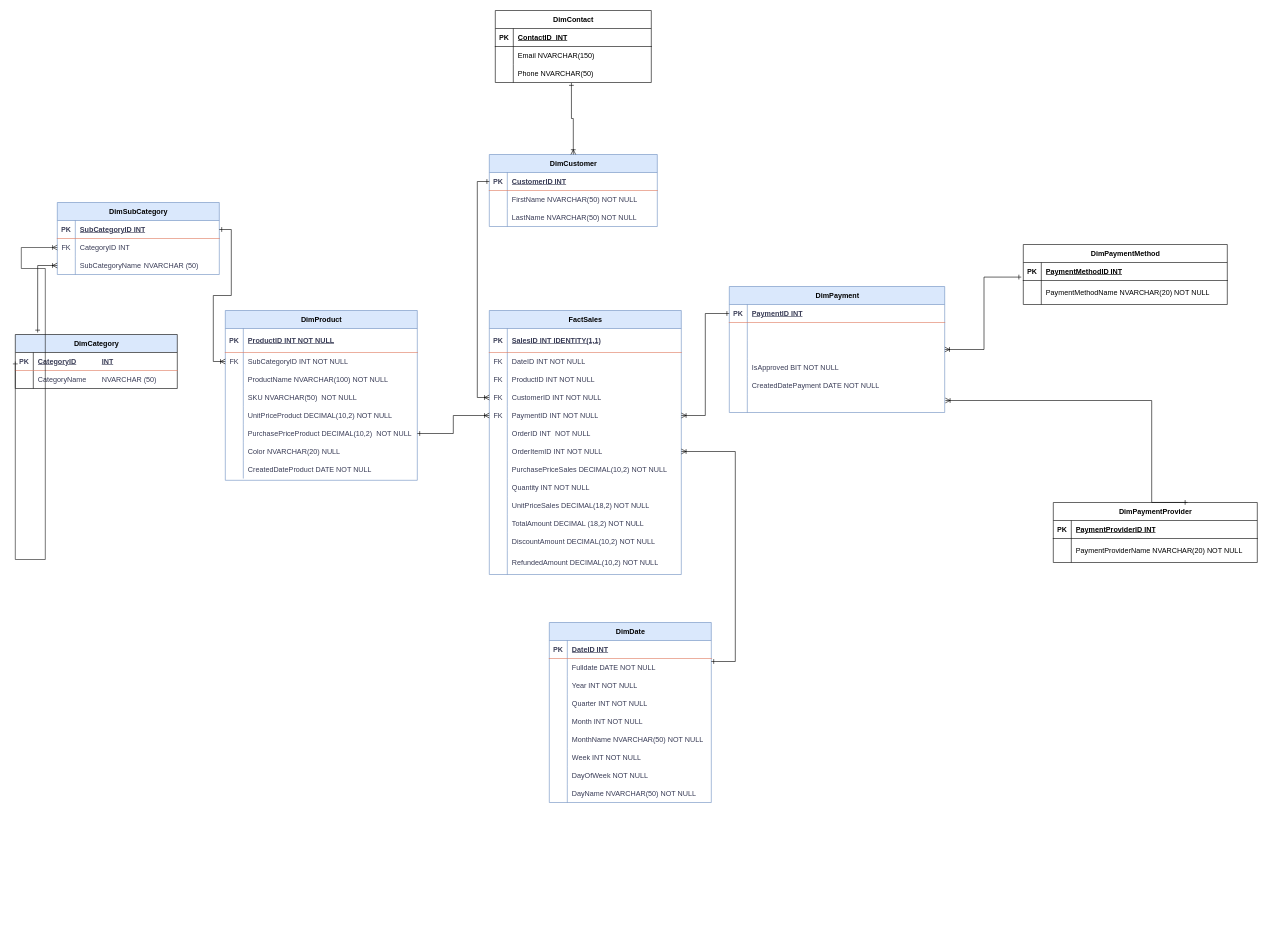
Earlier version of the draw.io diagram page "Snowflake" (2 of 2) of Star and Snowflake - v4.drawio (dargys/KimmosLektion). Source tidied: cells renumbered, new cells numbered last; positions are measured from the earlier drawing's top-left corner, leaving out a move shared by most shapes. Both pictures are drawn from the tidied source at 60%, with x=0, y=0 at pixel (15, 10).
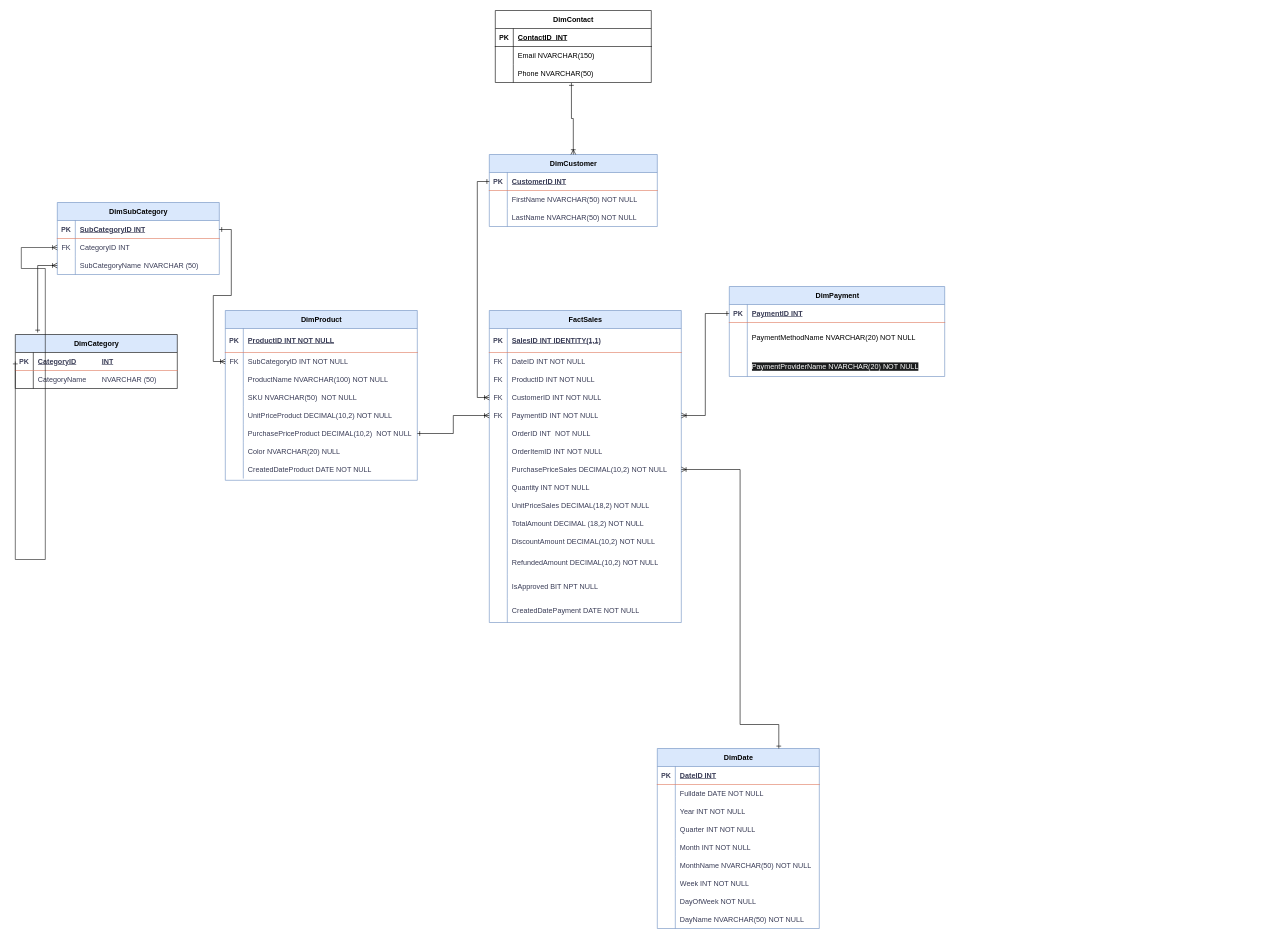
After the change.

Commit message (it also covers changes not shown here):
Updated Star Schema and Snowflake Line and IsApproved, CreatedDate

Unchanged cells that the change refers to:
```xml
<mxCell id="21" style="shape=tableRow;horizontal=0;startSize=0;swimlaneHead=0;swimlaneBody=0;fillColor=none;points=[[0,0.5],[1,0.5]];portConstraint=eastwest;top=0;left=0;right=0;bottom=0;labelBackgroundColor=none;strokeColor=#E07A5F;fontColor=#393C56;rounded=1;" parent="2" vertex="1">
  <mxGeometry y="220" width="320" height="30" as="geometry" />
</mxCell>
<mxCell id="24" style="shape=tableRow;horizontal=0;startSize=0;swimlaneHead=0;swimlaneBody=0;fillColor=none;points=[[0,0.5],[1,0.5]];portConstraint=eastwest;top=0;left=0;right=0;bottom=0;labelBackgroundColor=none;strokeColor=#E07A5F;fontColor=#393C56;rounded=1;" parent="2" vertex="1">
  <mxGeometry y="250" width="320" height="30" as="geometry" />
</mxCell>
<mxCell id="56" style="shape=tableRow;horizontal=0;startSize=0;swimlaneHead=0;swimlaneBody=0;fillColor=none;points=[[0,0.5],[1,0.5]];portConstraint=eastwest;top=0;left=0;right=0;bottom=0;labelBackgroundColor=none;strokeColor=#E07A5F;fontColor=#393C56;rounded=1;" parent="52" vertex="1">
  <mxGeometry y="60" width="270" height="30" as="geometry" />
</mxCell>
```

Change to the diagram source:
```diff
@@
     <mxCell id="2" value="FactSales" style="shape=table;startSize=30;childLayout=tableLayout;rowLines=0;fontStyle=1;align=center;html=1;labelBackgroundColor=none;fillColor=#dae8fc;strokeColor=#6c8ebf;rounded=0;" parent="1" vertex="1">
-      <mxGeometry x="790" y="500" width="320" height="440" as="geometry" />
+      <mxGeometry x="790" y="500" width="320" height="520" as="geometry" />
     </mxCell>
@@
+    <mxCell id="175" style="shape=tableRow;horizontal=0;startSize=0;swimlaneHead=0;swimlaneBody=0;fillColor=none;top=0;left=0;right=0;bottom=0;labelBackgroundColor=none;strokeColor=#E07A5F;fontColor=#393C56;rounded=1;" parent="2" vertex="1">
+      <mxGeometry y="440" width="320" height="40" as="geometry" />
+    </mxCell>
+    <mxCell id="176" style="shape=partialRectangle;fillColor=none;top=0;left=0;bottom=0;right=0;overflow=hidden;whiteSpace=wrap;html=1;labelBackgroundColor=none;strokeColor=#E07A5F;fontColor=#393C56;rounded=1;" parent="175" vertex="1">
+      <mxGeometry width="30" height="40" as="geometry" />
+    </mxCell>
+    <mxCell id="177" value="IsApproved BIT NPT NULL" style="shape=partialRectangle;fillColor=none;top=0;left=0;bottom=0;right=0;align=left;spacingLeft=6;overflow=hidden;whiteSpace=wrap;html=1;labelBackgroundColor=none;strokeColor=#E07A5F;fontColor=#393C56;rounded=1;" parent="175" vertex="1">
+      <mxGeometry x="30" width="290" height="40" as="geometry" />
+    </mxCell>
+    <mxCell id="178" style="shape=tableRow;horizontal=0;startSize=0;swimlaneHead=0;swimlaneBody=0;fillColor=none;top=0;left=0;right=0;bottom=0;labelBackgroundColor=none;strokeColor=#E07A5F;fontColor=#393C56;rounded=1;" parent="2" vertex="1">
+      <mxGeometry y="480" width="320" height="40" as="geometry" />
+    </mxCell>
+    <mxCell id="179" style="shape=partialRectangle;fillColor=none;top=0;left=0;bottom=0;right=0;overflow=hidden;whiteSpace=wrap;html=1;labelBackgroundColor=none;strokeColor=#E07A5F;fontColor=#393C56;rounded=1;" parent="178" vertex="1">
+      <mxGeometry width="30" height="40" as="geometry" />
+    </mxCell>
+    <mxCell id="171" value="CreatedDatePayment DATE NOT NULL" style="shape=partialRectangle;fillColor=none;top=0;left=0;bottom=0;right=0;align=left;spacingLeft=6;overflow=hidden;whiteSpace=wrap;html=1;labelBackgroundColor=none;strokeColor=#E07A5F;fontColor=#393C56;rounded=1;" parent="178" vertex="1">
+      <mxGeometry x="30" width="290" height="40" as="geometry" />
+    </mxCell>
@@
     <mxCell id="52" value="DimDate" style="shape=table;startSize=30;childLayout=tableLayout;rowLines=0;fontStyle=1;align=center;html=1;labelBackgroundColor=none;fillColor=#dae8fc;strokeColor=#6c8ebf;rounded=0;" parent="1" vertex="1">
-      <mxGeometry x="890" y="1020" width="270" height="300" as="geometry" />
+      <mxGeometry x="1070" y="1230" width="270" height="300" as="geometry" />
     </mxCell>
@@
-    <mxCell id="127" style="edgeStyle=orthogonalEdgeStyle;rounded=0;jettySize=auto;html=1;exitX=1;exitY=0.167;exitDx=0;exitDy=0;endArrow=ERoneToMany;endFill=0;startArrow=ERone;startFill=0;entryX=1;entryY=0.5;entryDx=0;entryDy=0;exitPerimeter=0;" parent="1" edge="1" source="56" target="21">
+    <mxCell id="127" style="edgeStyle=orthogonalEdgeStyle;rounded=0;jettySize=auto;html=1;endArrow=ERoneToMany;endFill=0;startArrow=ERone;startFill=0;entryX=1;entryY=0.5;entryDx=0;entryDy=0;exitX=0.75;exitY=0;exitDx=0;exitDy=0;" parent="1" edge="1" source="52" target="24">
       <mxGeometry relative="1" as="geometry">
         <Array as="points">
-          <mxPoint x="1200" y="1085" />
-          <mxPoint x="1200" y="735" />
+          <mxPoint x="1273" y="1190" />
+          <mxPoint x="1208" y="1190" />
+          <mxPoint x="1208" y="765" />
         </Array>
       </mxGeometry>
     </mxCell>
@@
-    <mxCell id="139" value="DimPaymentProvider" style="shape=table;startSize=30;childLayout=tableLayout;rowLines=0;fontStyle=1;align=center;html=1;" parent="1" vertex="1">
-      <mxGeometry x="1730" y="820" width="340" height="100" as="geometry" />
-    </mxCell>
-    <mxCell id="140" style="shape=tableRow;horizontal=0;startSize=0;swimlaneHead=0;swimlaneBody=0;fillColor=none;top=0;left=0;right=0;bottom=1;" parent="139" vertex="1">
-      <mxGeometry y="30" width="340" height="30" as="geometry" />
-    </mxCell>
-    <mxCell id="141" value="PK" style="shape=partialRectangle;fillColor=none;top=0;left=0;bottom=0;right=0;fontStyle=1;overflow=hidden;whiteSpace=wrap;html=1;" parent="140" vertex="1">
-      <mxGeometry width="30" height="30" as="geometry" />
-    </mxCell>
-    <mxCell id="142" value="PaymentProviderID INT" style="shape=partialRectangle;fillColor=none;top=0;left=0;bottom=0;right=0;align=left;spacingLeft=6;fontStyle=5;overflow=hidden;whiteSpace=wrap;html=1;" parent="140" vertex="1">
-      <mxGeometry x="30" width="310" height="30" as="geometry" />
-    </mxCell>
-    <mxCell id="143" style="shape=tableRow;horizontal=0;startSize=0;swimlaneHead=0;swimlaneBody=0;fillColor=none;top=0;left=0;right=0;bottom=0;" parent="139" vertex="1">
-      <mxGeometry y="60" width="340" height="40" as="geometry" />
-    </mxCell>
-    <mxCell id="144" style="shape=partialRectangle;fillColor=none;top=0;left=0;bottom=0;right=0;overflow=hidden;whiteSpace=wrap;html=1;" parent="143" vertex="1">
-      <mxGeometry width="30" height="40" as="geometry" />
-    </mxCell>
-    <mxCell id="145" value="PaymentProviderName NVARCHAR(20) NOT NULL" style="shape=partialRectangle;fillColor=none;top=0;left=0;bottom=0;right=0;align=left;spacingLeft=6;overflow=hidden;whiteSpace=wrap;html=1;" parent="143" vertex="1">
-      <mxGeometry x="30" width="310" height="40" as="geometry" />
-    </mxCell>
-    <mxCell id="146" value="DimPaymentMethod" style="shape=table;startSize=30;childLayout=tableLayout;rowLines=0;fontStyle=1;align=center;html=1;" parent="1" vertex="1">
-      <mxGeometry x="1680" y="390" width="340" height="100" as="geometry" />
-    </mxCell>
-    <mxCell id="147" style="shape=tableRow;horizontal=0;startSize=0;swimlaneHead=0;swimlaneBody=0;fillColor=none;points=[[0,0.5],[1,0.5]];portConstraint=eastwest;top=0;left=0;right=0;bottom=1;" parent="146" vertex="1">
-      <mxGeometry y="30" width="340" height="30" as="geometry" />
-    </mxCell>
-    <mxCell id="148" value="PK" style="shape=partialRectangle;fillColor=none;top=0;left=0;bottom=0;right=0;fontStyle=1;overflow=hidden;whiteSpace=wrap;html=1;" parent="147" vertex="1">
-      <mxGeometry width="30" height="30" as="geometry" />
-    </mxCell>
-    <mxCell id="149" value="PaymentMethodID INT" style="shape=partialRectangle;fillColor=none;top=0;left=0;bottom=0;right=0;align=left;spacingLeft=6;fontStyle=5;overflow=hidden;whiteSpace=wrap;html=1;" parent="147" vertex="1">
-      <mxGeometry x="30" width="310" height="30" as="geometry" />
-    </mxCell>
-    <mxCell id="150" style="shape=tableRow;horizontal=0;startSize=0;swimlaneHead=0;swimlaneBody=0;fillColor=none;top=0;left=0;right=0;bottom=0;" parent="146" vertex="1">
-      <mxGeometry y="60" width="340" height="40" as="geometry" />
-    </mxCell>
-    <mxCell id="151" style="shape=partialRectangle;fillColor=none;top=0;left=0;bottom=0;right=0;overflow=hidden;whiteSpace=wrap;html=1;" parent="150" vertex="1">
-      <mxGeometry width="30" height="40" as="geometry" />
-    </mxCell>
-    <mxCell id="152" value="PaymentMethodName NVARCHAR(20) NOT NULL" style="shape=partialRectangle;fillColor=none;top=0;left=0;bottom=0;right=0;align=left;spacingLeft=6;overflow=hidden;whiteSpace=wrap;html=1;" parent="150" vertex="1">
-      <mxGeometry x="30" width="310" height="40" as="geometry" />
-    </mxCell>
-    <mxCell id="153" style="edgeStyle=orthogonalEdgeStyle;rounded=0;jettySize=auto;html=1;entryX=-0.01;entryY=0.811;entryDx=0;entryDy=0;entryPerimeter=0;startArrow=ERoneToMany;startFill=0;endArrow=ERone;endFill=0;" parent="1" edge="1" source="163" target="147">
-      <mxGeometry relative="1" as="geometry" />
-    </mxCell>
-    <mxCell id="154" style="edgeStyle=orthogonalEdgeStyle;rounded=0;jettySize=auto;html=1;entryX=0.658;entryY=-0.001;entryDx=0;entryDy=0;entryPerimeter=0;startArrow=ERoneToMany;startFill=0;endArrow=ERone;endFill=0;" parent="1" edge="1" target="139">
-      <mxGeometry relative="1" as="geometry">
-        <mxPoint x="1550" y="650" as="sourcePoint" />
-        <Array as="points">
-          <mxPoint x="1894" y="650" />
-        </Array>
-      </mxGeometry>
-    </mxCell>
@@
     <mxCell id="156" value="DimPayment" style="shape=table;startSize=30;childLayout=tableLayout;rowLines=0;fontStyle=1;align=center;html=1;strokeColor=#6c8ebf;fillColor=#dae8fc;rounded=0;labelBackgroundColor=none;" parent="1" vertex="1">
-      <mxGeometry x="1190" y="460" width="359" height="210" as="geometry" />
+      <mxGeometry x="1190" y="460" width="359" height="150" as="geometry" />
     </mxCell>
@@
     <mxCell id="163" style="shape=tableRow;horizontal=0;startSize=0;swimlaneHead=0;swimlaneBody=0;fillColor=none;points=[[0,0.5],[1,0.5]];portConstraint=eastwest;top=0;left=0;right=0;bottom=0;strokeColor=#E07A5F;fontColor=#393C56;rounded=1;labelBackgroundColor=none;" parent="156" vertex="1">
-      <mxGeometry y="90" width="359" height="30" as="geometry" />
+      <mxGeometry y="90" width="359" height="20" as="geometry" />
     </mxCell>
     <mxCell id="164" style="shape=partialRectangle;fillColor=none;top=0;left=0;bottom=0;right=0;overflow=hidden;whiteSpace=wrap;html=1;strokeColor=#E07A5F;fontColor=#393C56;rounded=1;labelBackgroundColor=none;" parent="163" vertex="1">
-      <mxGeometry width="30" height="30" as="geometry" />
+      <mxGeometry width="30" height="20" as="geometry" />
     </mxCell>
     <mxCell id="165" style="shape=partialRectangle;fillColor=none;top=0;left=0;bottom=0;right=0;align=left;spacingLeft=6;overflow=hidden;whiteSpace=wrap;html=1;strokeColor=#E07A5F;fontColor=#393C56;rounded=1;labelBackgroundColor=none;" parent="163" vertex="1">
-      <mxGeometry x="30" width="329" height="30" as="geometry" />
+      <mxGeometry x="30" width="329" height="20" as="geometry" />
     </mxCell>
     <mxCell id="166" style="shape=tableRow;horizontal=0;startSize=0;swimlaneHead=0;swimlaneBody=0;fillColor=none;top=0;left=0;right=0;bottom=0;strokeColor=#E07A5F;fontColor=#393C56;rounded=1;labelBackgroundColor=none;" parent="156" vertex="1">
-      <mxGeometry y="120" width="359" height="30" as="geometry" />
+      <mxGeometry y="110" width="359" height="40" as="geometry" />
     </mxCell>
     <mxCell id="167" style="shape=partialRectangle;fillColor=none;top=0;left=0;bottom=0;right=0;overflow=hidden;whiteSpace=wrap;html=1;strokeColor=#E07A5F;fontColor=#393C56;rounded=1;labelBackgroundColor=none;" parent="166" vertex="1">
-      <mxGeometry width="30" height="30" as="geometry" />
+      <mxGeometry width="30" height="40" as="geometry" />
     </mxCell>
-    <mxCell id="168" value="IsApproved BIT NOT NULL" style="shape=partialRectangle;fillColor=none;top=0;left=0;bottom=0;right=0;align=left;spacingLeft=6;overflow=hidden;whiteSpace=wrap;html=1;strokeColor=#E07A5F;fontColor=#393C56;rounded=1;labelBackgroundColor=none;" parent="166" vertex="1">
-      <mxGeometry x="30" width="329" height="30" as="geometry" />
+    <mxCell id="168" value="&#10;&lt;span style=&quot;color: rgb(255, 255, 255); font-family: Helvetica; font-size: 12px; font-style: normal; font-variant-ligatures: normal; font-variant-caps: normal; font-weight: 400; letter-spacing: normal; orphans: 2; text-align: left; text-indent: 0px; text-transform: none; widows: 2; word-spacing: 0px; -webkit-text-stroke-width: 0px; white-space: normal; background-color: rgb(27, 29, 30); text-decoration-thickness: initial; text-decoration-style: initial; text-decoration-color: initial; display: inline !important; float: none;&quot;&gt;PaymentProviderName NVARCHAR(20) NOT NULL&lt;/span&gt;&#10;&#10;" style="shape=partialRectangle;fillColor=none;top=0;left=0;bottom=0;right=0;align=left;spacingLeft=6;overflow=hidden;whiteSpace=wrap;html=1;strokeColor=#E07A5F;fontColor=#393C56;rounded=1;labelBackgroundColor=none;" parent="166" vertex="1">
+      <mxGeometry x="30" width="329" height="40" as="geometry" />
     </mxCell>
-    <mxCell id="169" style="shape=tableRow;horizontal=0;startSize=0;swimlaneHead=0;swimlaneBody=0;fillColor=none;top=0;left=0;right=0;bottom=0;strokeColor=#E07A5F;fontColor=#393C56;rounded=1;labelBackgroundColor=none;" parent="156" vertex="1">
-      <mxGeometry y="150" width="359" height="30" as="geometry" />
-    </mxCell>
-    <mxCell id="170" style="shape=partialRectangle;fillColor=none;top=0;left=0;bottom=0;right=0;overflow=hidden;whiteSpace=wrap;html=1;strokeColor=#E07A5F;fontColor=#393C56;rounded=1;labelBackgroundColor=none;" parent="169" vertex="1">
-      <mxGeometry width="30" height="30" as="geometry" />
-    </mxCell>
-    <mxCell id="171" value="CreatedDatePayment DATE NOT NULL" style="shape=partialRectangle;fillColor=none;top=0;left=0;bottom=0;right=0;align=left;spacingLeft=6;overflow=hidden;whiteSpace=wrap;html=1;strokeColor=#E07A5F;fontColor=#393C56;rounded=1;labelBackgroundColor=none;" parent="169" vertex="1">
-      <mxGeometry x="30" width="329" height="30" as="geometry" />
-    </mxCell>
-    <mxCell id="172" style="shape=tableRow;horizontal=0;startSize=0;swimlaneHead=0;swimlaneBody=0;fillColor=none;top=0;left=0;right=0;bottom=0;strokeColor=#E07A5F;fontColor=#393C56;rounded=1;labelBackgroundColor=none;" parent="156" vertex="1">
-      <mxGeometry y="180" width="359" height="30" as="geometry" />
-    </mxCell>
-    <mxCell id="173" style="shape=partialRectangle;fillColor=none;top=0;left=0;bottom=0;right=0;overflow=hidden;whiteSpace=wrap;html=1;strokeColor=#E07A5F;fontColor=#393C56;rounded=1;labelBackgroundColor=none;" parent="172" vertex="1">
-      <mxGeometry width="30" height="30" as="geometry" />
-    </mxCell>
-    <mxCell id="174" style="shape=partialRectangle;fillColor=none;top=0;left=0;bottom=0;right=0;align=left;spacingLeft=6;overflow=hidden;whiteSpace=wrap;html=1;strokeColor=#E07A5F;fontColor=#393C56;rounded=1;labelBackgroundColor=none;" parent="172" vertex="1">
-      <mxGeometry x="30" width="329" height="30" as="geometry" />
-    </mxCell>
+    <mxCell id="152" value="PaymentMethodName NVARCHAR(20) NOT NULL" style="shape=partialRectangle;fillColor=none;top=0;left=0;bottom=0;right=0;align=left;spacingLeft=6;overflow=hidden;whiteSpace=wrap;html=1;" parent="1" vertex="1">
+      <mxGeometry x="1220" y="520" width="340" height="50" as="geometry" />
+    </mxCell>
```
